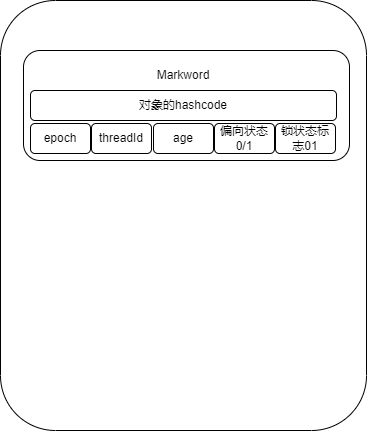
Earlier version of the draw.io export JavaObject.png (LePeitiPrince/note-picture). Source tidied: cells renumbered, new cells last; positions are measured from the earlier drawing's top-left corner, leaving out a move shared by most shapes.
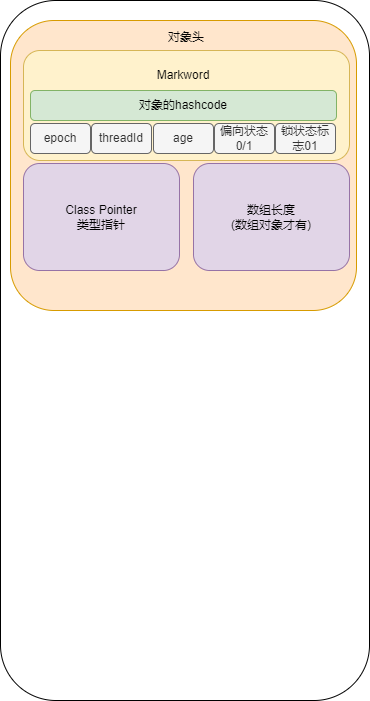
Above is the later version.

Diff of the diagram source:
```diff
@@ -3,31 +3,43 @@
     <mxCell id="0" />
     <mxCell id="1" parent="0" />
     <mxCell id="2" style="rounded=1;whiteSpace=wrap;html=1;" parent="1" vertex="1">
-      <mxGeometry width="366" height="430" as="geometry" />
+      <mxGeometry width="369" height="700" as="geometry" />
     </mxCell>
+    <mxCell id="11" style="rounded=1;whiteSpace=wrap;html=1;fillColor=#ffe6cc;strokeColor=#d79b00;" parent="1" vertex="1">
+      <mxGeometry x="10" y="20" width="346" height="290" as="geometry" />
+    </mxCell>
-    <mxCell id="3" style="rounded=1;whiteSpace=wrap;html=1;" parent="1" vertex="1">
+    <mxCell id="3" style="rounded=1;whiteSpace=wrap;html=1;fillColor=#fff2cc;strokeColor=#d6b656;" parent="1" vertex="1">
       <mxGeometry x="23" y="50" width="326" height="110" as="geometry" />
     </mxCell>
     <mxCell id="4" value="Markword" style="text;html=1;strokeColor=none;fillColor=none;align=center;verticalAlign=middle;whiteSpace=wrap;rounded=0;" parent="1" vertex="1">
       <mxGeometry x="123" y="60" width="120" height="30" as="geometry" />
     </mxCell>
-    <mxCell id="5" value="对象的hashcode" style="rounded=1;whiteSpace=wrap;html=1;" parent="1" vertex="1">
+    <mxCell id="5" value="对象的hashcode" style="rounded=1;whiteSpace=wrap;html=1;fillColor=#d5e8d4;strokeColor=#82b366;" parent="1" vertex="1">
       <mxGeometry x="30" y="90" width="306" height="30" as="geometry" />
     </mxCell>
-    <mxCell id="6" value="threadId" style="rounded=1;whiteSpace=wrap;html=1;" parent="1" vertex="1">
+    <mxCell id="6" value="threadId" style="rounded=1;whiteSpace=wrap;html=1;fillColor=#f5f5f5;fontColor=#333333;strokeColor=#666666;" parent="1" vertex="1">
       <mxGeometry x="91" y="123" width="60" height="30" as="geometry" />
     </mxCell>
-    <mxCell id="7" value="epoch" style="rounded=1;whiteSpace=wrap;html=1;" parent="1" vertex="1">
+    <mxCell id="7" value="epoch" style="rounded=1;whiteSpace=wrap;html=1;fillColor=#f5f5f5;fontColor=#333333;strokeColor=#666666;" parent="1" vertex="1">
       <mxGeometry x="30" y="123" width="60" height="30" as="geometry" />
     </mxCell>
-    <mxCell id="8" value="age" style="rounded=1;whiteSpace=wrap;html=1;" parent="1" vertex="1">
+    <mxCell id="8" value="age" style="rounded=1;whiteSpace=wrap;html=1;fillColor=#f5f5f5;fontColor=#333333;strokeColor=#666666;" parent="1" vertex="1">
       <mxGeometry x="153" y="123" width="60" height="30" as="geometry" />
     </mxCell>
-    <mxCell id="9" value="偏向状态0/1" style="rounded=1;whiteSpace=wrap;html=1;" parent="1" vertex="1">
+    <mxCell id="9" value="偏向状态0/1" style="rounded=1;whiteSpace=wrap;html=1;fillColor=#f5f5f5;fontColor=#333333;strokeColor=#666666;" parent="1" vertex="1">
       <mxGeometry x="214" y="123" width="60" height="30" as="geometry" />
     </mxCell>
-    <mxCell id="10" value="锁状态标志01" style="rounded=1;whiteSpace=wrap;html=1;" parent="1" vertex="1">
+    <mxCell id="10" value="锁状态标志01" style="rounded=1;whiteSpace=wrap;html=1;fillColor=#f5f5f5;fontColor=#333333;strokeColor=#666666;" parent="1" vertex="1">
       <mxGeometry x="275" y="123" width="60" height="30" as="geometry" />
     </mxCell>
+    <mxCell id="12" value="Class Pointer&lt;br&gt;类型指针" style="rounded=1;whiteSpace=wrap;html=1;fillColor=#e1d5e7;strokeColor=#9673a6;" parent="1" vertex="1">
+      <mxGeometry x="23" y="163" width="156" height="107" as="geometry" />
+    </mxCell>
+    <mxCell id="13" value="对象头" style="text;html=1;strokeColor=none;fillColor=none;align=center;verticalAlign=middle;whiteSpace=wrap;rounded=0;" parent="1" vertex="1">
+      <mxGeometry x="121" y="27" width="130" height="20" as="geometry" />
+    </mxCell>
+    <mxCell id="14" value="数组长度&lt;br&gt;(数组对象才有)" style="rounded=1;whiteSpace=wrap;html=1;fillColor=#e1d5e7;strokeColor=#9673a6;" parent="1" vertex="1">
+      <mxGeometry x="193" y="163" width="156" height="107" as="geometry" />
+    </mxCell>
   </root>
 </mxGraphModel>
```
